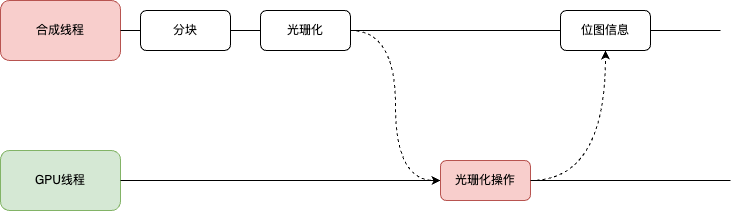
Earlier version of the draw.io export 浏览器:光珊化.drawio.png (JYbill/draw). Source tidied: cells renumbered, new cells last; positions are measured from the earlier drawing's top-left corner, leaving out a move shared by most shapes.
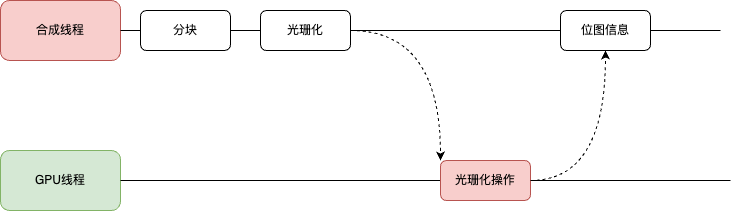
The same file after the commit.

Commit message:
更新浏览器:光珊化.drawio.png

Diff of the diagram source:
```diff
@@ -16,7 +16,7 @@
     <mxCell id="5" value="分块" style="rounded=1;whiteSpace=wrap;html=1;" parent="1" vertex="1">
       <mxGeometry x="140" y="10" width="90" height="40" as="geometry" />
     </mxCell>
-    <mxCell id="6" style="edgeStyle=orthogonalEdgeStyle;rounded=0;jettySize=auto;html=1;exitX=1;exitY=0.5;exitDx=0;exitDy=0;entryX=0;entryY=0.5;entryDx=0;entryDy=0;curved=1;dashed=1;" parent="1" edge="1" source="8" target="12">
+    <mxCell id="6" style="edgeStyle=orthogonalEdgeStyle;rounded=0;jettySize=auto;html=1;exitX=1;exitY=0.5;exitDx=0;exitDy=0;entryX=0;entryY=0;entryDx=0;entryDy=0;curved=1;dashed=1;" parent="1" edge="1" source="8" target="12">
       <mxGeometry relative="1" as="geometry" />
     </mxCell>
     <mxCell id="7" style="edgeStyle=orthogonalEdgeStyle;rounded=0;jettySize=auto;html=1;exitX=1;exitY=0.5;exitDx=0;exitDy=0;entryX=0;entryY=0.5;entryDx=0;entryDy=0;endArrow=none;endFill=0;" parent="1" edge="1" source="8" target="15">
@@ -28,7 +28,7 @@
     <mxCell id="9" value="GPU线程" style="rounded=1;whiteSpace=wrap;html=1;fillColor=#d5e8d4;strokeColor=#82b366;" parent="1" vertex="1">
       <mxGeometry y="150" width="120" height="60" as="geometry" />
     </mxCell>
-    <mxCell id="10" style="endArrow=none;html=1;rounded=0;exitX=1;exitY=0.5;exitDx=0;exitDy=0;" parent="1" edge="1" source="9" target="12">
+    <mxCell id="10" style="endArrow=none;html=1;rounded=0;exitX=1;exitY=0.5;exitDx=0;exitDy=0;endFill=0;" parent="1" edge="1" source="9" target="12">
       <mxGeometry relative="1" as="geometry" />
     </mxCell>
     <mxCell id="11" style="edgeStyle=orthogonalEdgeStyle;rounded=0;jettySize=auto;html=1;exitX=1;exitY=0.5;exitDx=0;exitDy=0;entryX=0.5;entryY=1;entryDx=0;entryDy=0;curved=1;dashed=1;" parent="1" edge="1" source="12" target="15">
```
